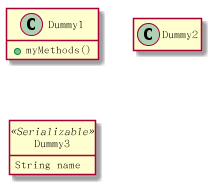
The PlantUML diagram draw/plantuml/class/class12.png in lsytj0413/learn-note, before a commit.
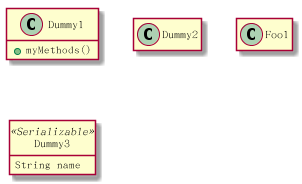
The same file after the commit.

Diff of the diagram source:
```diff
@@ -17,4 +17,11 @@
 show Dummy1 methods
 show <<Serializable>> fields
 
+class Foo1
+class Foo2
+
+Foo2 *-- Foo1
+
+hide Foo2
+
 @enduml
```
